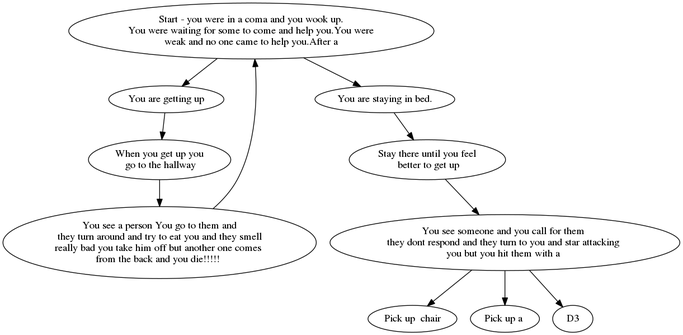
Earlier version of the Graphviz export GuajardoGame.png (ricardog0103/Ricardo_3rd_Journal). Its source is kept beside it as GuajardoGame.dot. Source of this version:
```dot
digraph simple_map {

A [label = "Start - you were in a coma and you wook up.
You were waiting for some to come and help you.You were
 weak and no one came to help you.After a "]

A1 [label = "You are getting up"]

A2 [label = "You are staying in bed."]

B1 [label = "When you get up you
 go to the hallway"]

B2 [label = "Stay there until you feel
 better to get up"]

C1 [label = "You see a person You go to them and
they turn around and try to eat you and they smell
really bad you take him off but another one comes
from the back and you die!!!!! "]

C2 [label = "You see someone and you call for them
they dont respond and they turn to you and star attacking
you but you hit them with a "]

D1 [label = "Pick up  chair"]

D2 [label = "Pick up a "]

D3

A -> A1
A -> A2
A1-> B1
A2 -> B2
B1->C1->A
B2->C2
C2->D1
C2->D2
C2->D3

}
```
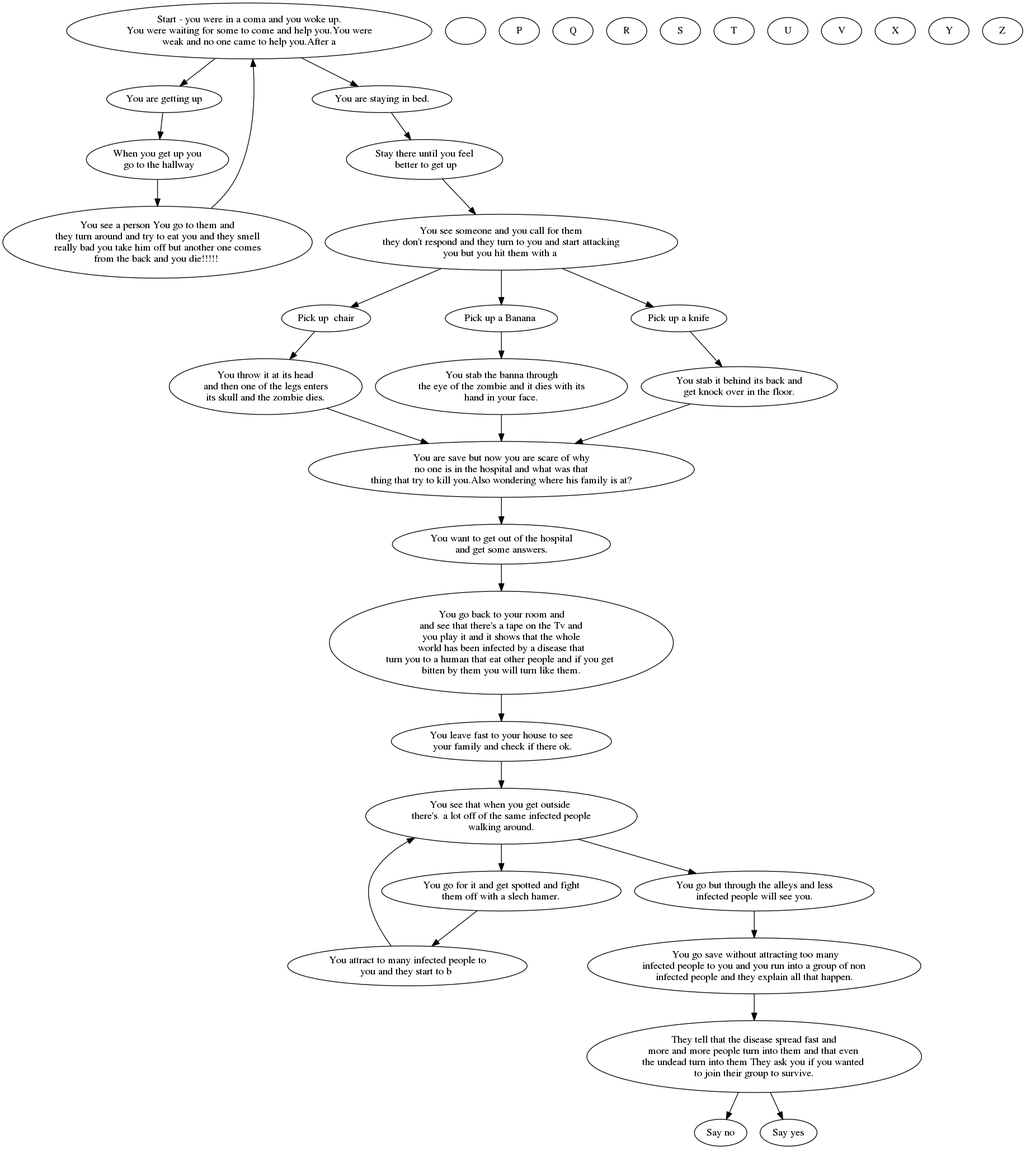
After the change.

The edit, as a diff of the source:
```diff
@@ -1,6 +1,6 @@
 digraph simple_map {
 
-A [label = "Start - you were in a coma and you wook up.
+A [label = "Start - you were in a coma and you woke up.
 You were waiting for some to come and help you.You were
  weak and no one came to help you.After a "]
 
@@ -20,14 +20,95 @@
 from the back and you die!!!!! "]
 
 C2 [label = "You see someone and you call for them
-they dont respond and they turn to you and star attacking
+they don't respond and they turn to you and start attacking
 you but you hit them with a "]
 
 D1 [label = "Pick up  chair"]
 
-D2 [label = "Pick up a "]
+D2 [label = "Pick up a Banana "]
 
-D3
+D3 [label = "Pick up a knife"]
+
+E1 [label = "You throw it at its head
+and then one of the legs enters
+its skull and the zombie dies."]
+
+E2 [label = "You stab the banna through
+the eye of the zombie and it dies with its
+hand in your face."]
+
+E3 [label = "You stab it behind its back and
+get knock over in the floor."]
+
+F [label = "You are save but now you are scare of why
+no one is in the hospital and what was that
+thing that try to kill you.Also wondering where his family is at?"]
+
+G [label = "You want to get out of the hospital
+and get some answers."]
+
+H [label = "You go back to your room and
+and see that there's a tape on the Tv and
+you play it and it shows that the whole
+world has been infected by a disease that
+turn you to a human that eat other people and if you get
+bitten by them you will turn like them."]
+
+I  [label = "You leave fast to your house to see
+ your family and check if there ok."]
+
+J  [label = "You see that when you get outside
+there's  a lot off of the same infected people
+walking around."]
+
+K1 [label = "You go for it and get spotted and fight
+them off with a slech hamer."]
+
+K2 [label = "You go but through the alleys and less
+infected people will see you."]
+
+L1 [label = "You attract to many infected people to
+you and they start to b "]
+
+L2 [label = " You go save without attracting too many
+infected people to you and you run into a group of non
+infected people and they explain all that happen."]
+
+M [label = "They tell that the disease spread fast and
+more and more people turn into them and that even
+the undead turn into them They ask you if you wanted
+to join their group to survive."]
+
+N1 [label = "Say no"]
+
+N2  [label = "Say yes"]
+
+O1  [label = "You tell them were your going
+and that you have to find your family and they offer
+you to take you to your house and you say yes. "]
+
+O2 [label = "You go with them but with the condition
+that if they could take you to your house to see if your
+family is thereAnd they say yes."]
+
+P1 [label = "You get into the car but you have to
+go fast because you attrack the zombies with the noise of the
+car. "]
+
+P2[label = "You get into the car but you have to
+go fast because you attrack the zombies with the noise of the
+car. "]
+
+Q1 [label = "They droop you off a block ahead because there
+to many " ]
+R
+S
+T
+U
+V
+X
+Y
+Z
 
 A -> A1
 A -> A2
@@ -38,5 +119,22 @@
 C2->D1
 C2->D2
 C2->D3
-
+D1->E1
+D2->E2
+D3->E3
+E1->F
+E2->F
+E3->F
+F->G
+G->H
+H->I
+I->J
+J->K1
+J->K2
+K1->L1
+K2->L2
+L1->J
+L2->M
+M->N1
+M->N2
 }
```
